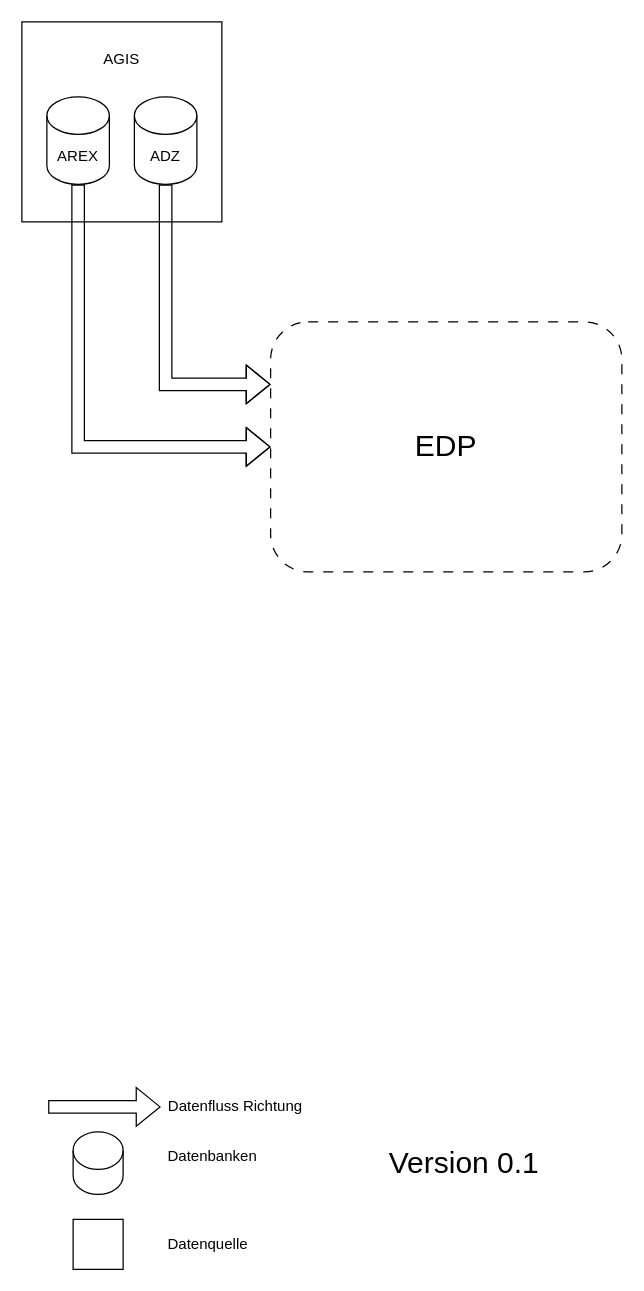
UA-Thierry-BLW/EDP-1.0 keeps this draw.io diagram as Injection-Kontext-Sicht.drawio. Above is the earlier version. Source tidied: cells renumbered, new cells numbered last; positions are measured from the earlier drawing's top-left corner, leaving out a move shared by most shapes. Both pictures are drawn from the tidied source at 125%, with x=0, y=0 at pixel (21, 21).
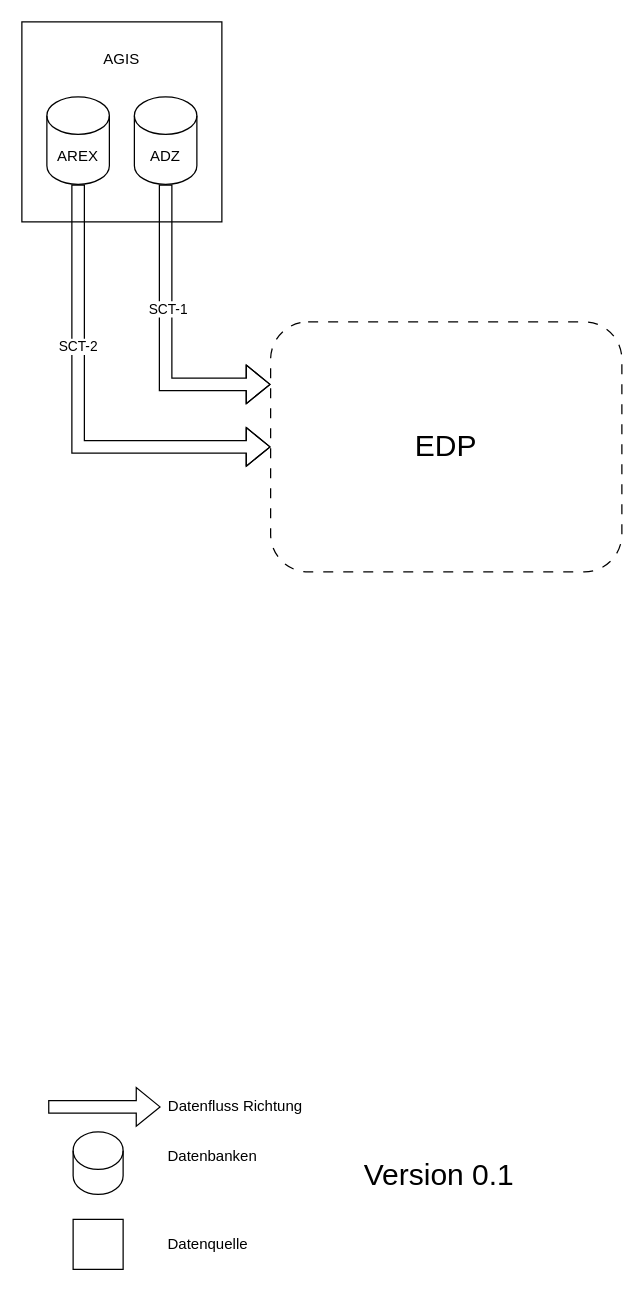
The same page after the edit.

Commit message (it also covers changes not shown here):
Mettre à jour Injection-Kontext-Sicht.drawio

What changed in the source:
```diff
@@
 <mxGraphModel>
   <root>
     <mxCell id="0" />
     <mxCell id="1" parent="0" />
     <mxCell id="2" value="&lt;font style=&quot;font-size: 24px;&quot;&gt;EDP&lt;/font&gt;" style="rounded=1;whiteSpace=wrap;html=1;dashed=1;dashPattern=8 8;" parent="1" vertex="1">
       <mxGeometry x="199" y="240" width="281" height="200" as="geometry" />
     </mxCell>
     <mxCell id="3" value="AGIS&lt;div&gt;&lt;br&gt;&lt;/div&gt;&lt;div&gt;&lt;br&gt;&lt;/div&gt;&lt;div&gt;&lt;br&gt;&lt;/div&gt;&lt;div&gt;&lt;br&gt;&lt;/div&gt;&lt;div&gt;&lt;br&gt;&lt;/div&gt;&lt;div&gt;&lt;br&gt;&lt;/div&gt;&lt;div&gt;&lt;br&gt;&lt;/div&gt;" style="rounded=0;whiteSpace=wrap;html=1;strokeColor=light-dark(#000000,#3333FF);" parent="1" vertex="1">
       <mxGeometry width="160" height="160" as="geometry" />
     </mxCell>
     <mxCell id="4" value="AREX" style="shape=cylinder3;whiteSpace=wrap;html=1;boundedLbl=1;backgroundOutline=1;size=15;" parent="1" vertex="1">
       <mxGeometry x="20" y="60" width="50" height="70" as="geometry" />
     </mxCell>
     <mxCell id="5" style="edgeStyle=orthogonalEdgeStyle;shape=flexArrow;rounded=0;jettySize=auto;html=1;exitX=0.5;exitY=1;exitDx=0;exitDy=0;exitPerimeter=0;entryX=0;entryY=0.25;entryDx=0;entryDy=0;" parent="1" edge="1" source="6" target="2">
       <mxGeometry relative="1" as="geometry" />
     </mxCell>
+    <mxCell id="15" value="SCT-1" style="edgeLabel;html=1;align=center;verticalAlign=middle;" parent="5" vertex="1">
+      <mxGeometry x="-0.19" y="1" relative="1" as="geometry" />
+    </mxCell>
     <mxCell id="6" value="ADZ" style="shape=cylinder3;whiteSpace=wrap;html=1;boundedLbl=1;backgroundOutline=1;size=15;" parent="1" vertex="1">
       <mxGeometry x="90" y="60" width="50" height="70" as="geometry" />
     </mxCell>
     <mxCell id="7" style="edgeStyle=orthogonalEdgeStyle;shape=flexArrow;rounded=0;jettySize=auto;html=1;entryX=0;entryY=0.5;entryDx=0;entryDy=0;exitX=0.5;exitY=1;exitDx=0;exitDy=0;exitPerimeter=0;" parent="1" edge="1" source="4" target="2">
       <mxGeometry relative="1" as="geometry" />
     </mxCell>
+    <mxCell id="16" value="SCT-2" style="edgeLabel;html=1;align=center;verticalAlign=middle;" parent="7" vertex="1">
+      <mxGeometry x="-0.29" y="-1" relative="1" as="geometry" />
+    </mxCell>
     <mxCell id="8" style="edgeStyle=orthogonalEdgeStyle;shape=flexArrow;rounded=0;orthogonalLoop=1;jettySize=auto;html=1;exitX=0.5;exitY=1;exitDx=0;exitDy=0;exitPerimeter=0;" parent="1" edge="1">
       <mxGeometry relative="1" as="geometry">
         <mxPoint x="21" y="868" as="sourcePoint" />
         <mxPoint x="111" y="868" as="targetPoint" />
       </mxGeometry>
     </mxCell>
     <mxCell id="9" value="Datenfluss Richtung" style="text;html=1;whiteSpace=wrap;strokeColor=none;fillColor=none;align=center;verticalAlign=middle;rounded=0;" parent="1" vertex="1">
       <mxGeometry x="111" y="853" width="120" height="30" as="geometry" />
     </mxCell>
     <mxCell id="10" style="shape=cylinder3;whiteSpace=wrap;html=1;boundedLbl=1;backgroundOutline=1;size=15;" parent="1" vertex="1">
       <mxGeometry x="41" y="888" width="40" height="50" as="geometry" />
     </mxCell>
     <mxCell id="11" value="Datenbanken" style="text;html=1;whiteSpace=wrap;strokeColor=none;fillColor=none;align=left;verticalAlign=middle;rounded=0;" parent="1" vertex="1">
       <mxGeometry x="115" y="893" width="120" height="30" as="geometry" />
     </mxCell>
     <mxCell id="12" style="rounded=0;whiteSpace=wrap;html=1;strokeColor=light-dark(#000000,#3333FF);" parent="1" vertex="1">
       <mxGeometry x="41" y="958" width="40" height="40" as="geometry" />
     </mxCell>
     <mxCell id="13" value="Datenquelle" style="text;html=1;whiteSpace=wrap;strokeColor=none;fillColor=none;align=left;verticalAlign=middle;rounded=0;" parent="1" vertex="1">
       <mxGeometry x="115" y="963" width="120" height="30" as="geometry" />
     </mxCell>
     <mxCell id="14" value="&lt;font style=&quot;font-size: 24px;&quot;&gt;Version 0.1&lt;/font&gt;" style="text;html=1;whiteSpace=wrap;strokeColor=none;fillColor=none;align=center;verticalAlign=middle;rounded=0;" parent="1" vertex="1">
-      <mxGeometry x="271" y="898" width="166" height="30" as="geometry" />
+      <mxGeometry x="251" y="908" width="166" height="30" as="geometry" />
     </mxCell>
   </root>
 </mxGraphModel>
```
